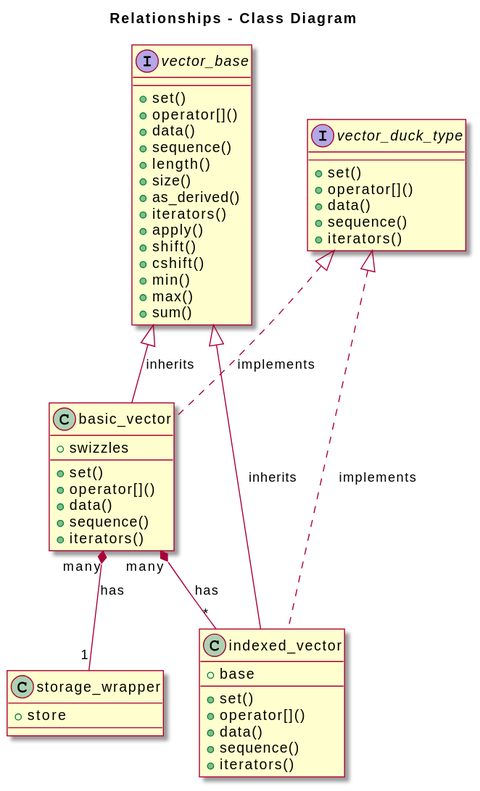
Above: docs/vec_base_uml.svg in davidbrowne/dsga (PlantUML), before the change. Its diagram source:
```plantuml
@startuml
skin rose


title Relationships - Class Diagram


interface vector_duck_type
{
  +set()
  +operator[]()
  +data()
  +sequence()
  +iterators()
}
interface vector_base
{
  +set()
  +operator[]()
  +data()
  +sequence()
  +length()
  +size()
  +as_derived()
  +iterators()
  +apply()
  +shift()
  +cshift()
  +min()
  +max()
  +sum()
  }
class basic_vector
{
  +swizzles
  +set()
  +operator[]()
  +data()
  +sequence()
  +iterators()
}
class storage_wrapper
{
  +store
}
class indexed_vector
{
  +base
  +set()
  +operator[]()
  +data()
  +sequence()
  +iterators()
}

vector_base <|-down- basic_vector: inherits
vector_base<|-down- indexed_vector: inherits
vector_duck_type ^.. basic_vector: implements
vector_duck_type^.. indexed_vector: implements
basic_vector "many" *-down- "1" storage_wrapper: has
basic_vector "many" *-down- "*" indexed_vector: has
@enduml
```
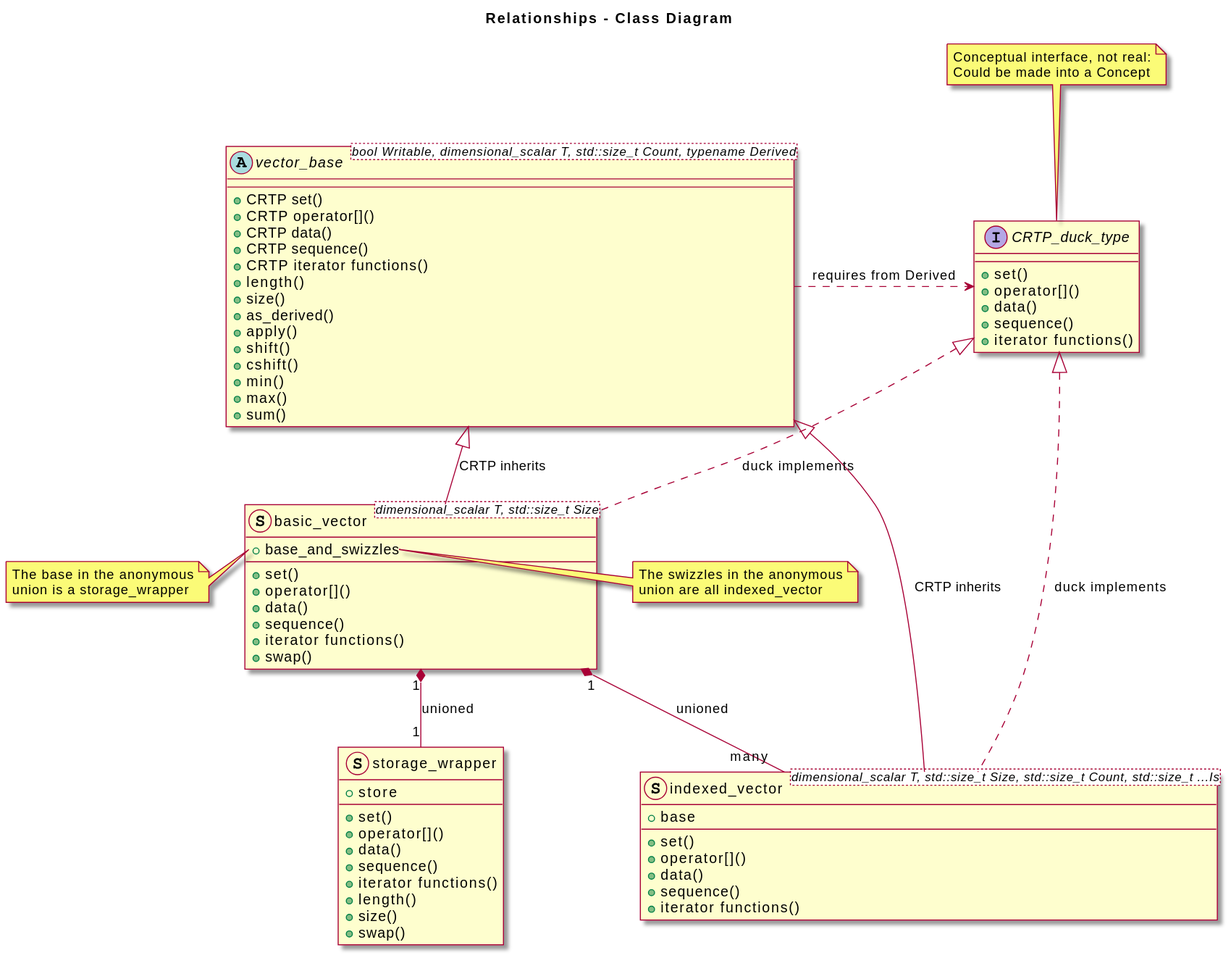
After the change.

Diff of the diagram source:
```diff
@@ -1,62 +1,79 @@
 @startuml
 skin rose
-
-
-title Relationships - Class Diagram
-
-
-interface vector_duck_type
-{
-  +set()
-  +operator[]()
-  +data()
-  +sequence()
-  +iterators()
-}
-interface vector_base
-{
-  +set()
-  +operator[]()
-  +data()
-  +sequence()
-  +length()
-  +size()
-  +as_derived()
-  +iterators()
-  +apply()
-  +shift()
-  +cshift()
-  +min()
-  +max()
-  +sum()
-  }
-class basic_vector
-{
-  +swizzles
-  +set()
-  +operator[]()
-  +data()
-  +sequence()
-  +iterators()
-}
-class storage_wrapper
-{
-  +store
-}
-class indexed_vector
-{
-  +base
-  +set()
-  +operator[]()
-  +data()
-  +sequence()
-  +iterators()
-}
-
-vector_base <|-down- basic_vector: inherits
-vector_base<|-down- indexed_vector: inherits
-vector_duck_type ^.. basic_vector: implements
-vector_duck_type^.. indexed_vector: implements
-basic_vector "many" *-down- "1" storage_wrapper: has
-basic_vector "many" *-down- "*" indexed_vector: has
+		title Relationships - Class Diagram
+	interface CRTP_duck_type
+	{
+		+set()
+			+ operator[]()
+			+ data()
+			+ sequence()
+			+ iterator functions()
+	}
+	note top of CRTP_duck_type
+  Conceptual interface, not real:
+  Could be made into a Concept
+  end note
+	abstract vector_base <bool Writable, dimensional_scalar T, std::size_t Count, typename Derived>
+	{
+		+CRTP set()
+			+ CRTP operator[]()
+			+ CRTP data()
+			+ CRTP sequence()
+			+ CRTP iterator functions()
+			+ length()
+			+ size()
+			+ as_derived()
+			+ apply()
+			+ shift()
+			+ cshift()
+			+ min()
+			+ max()
+			+ sum()
+	}
+	struct basic_vector<dimensional_scalar T, std::size_t Size>
+	{
+		+base_and_swizzles
+			+ set()
+			+ operator[]()
+			+ data()
+			+ sequence()
+			+ iterator functions()
+			+ swap()
+	}
+	note left of basic_vector::base_and_swizzles
+  The base in the anonymous
+  union is a storage_wrapper
+  end note
+	note right of basic_vector::base_and_swizzles
+  The swizzles in the anonymous
+  union are all indexed_vector
+  end note
+	struct storage_wrapper
+	{
+		+store
+			+ set()
+			+ operator[]()
+			+ data()
+			+ sequence()
+			+ iterator functions()
+			+ length()
+			+ size()
+			+ swap()
+	}
+	struct indexed_vector<dimensional_scalar T, std::size_t Size, std::size_t Count, std::size_t ...Is>
+	{
+		+base
+			+ set()
+			+ operator[]()
+			+ data()
+			+ sequence()
+			+ iterator functions()
+	}
+	vector_base <|-down- basic_vector: CRTP inherits
+		vector_base <|-down- indexed_vector : CRTP inherits
+		CRTP_duck_type ^..  basic_vector : duck implements
+		CRTP_duck_type ^..  indexed_vector : duck implements
+		basic_vector "1" *-down- "1" storage_wrapper : unioned
+		basic_vector "1" *-down- "many" indexed_vector : unioned
+		CRTP_duck_type <.left. vector_base : requires from Derived
 @enduml
```
